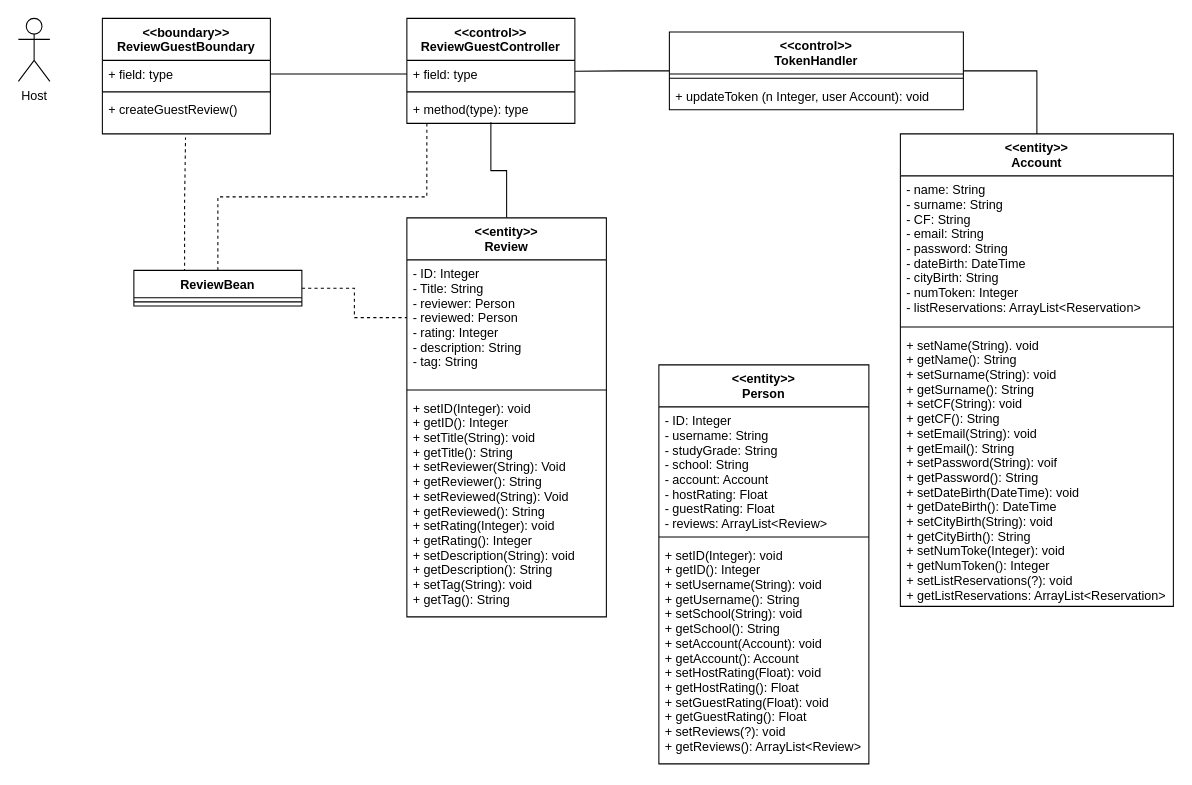
Earlier version of the draw.io diagram Docs/VoPC/VoPC ReviewGuest.drawio (nic-agos/DoveStudi). Source tidied: cells renumbered, new cells numbered last; positions are measured from the earlier drawing's top-left corner, leaving out a move shared by most shapes. Both pictures are drawn from the tidied source at 105%, with x=0, y=0 at pixel (18, 18).
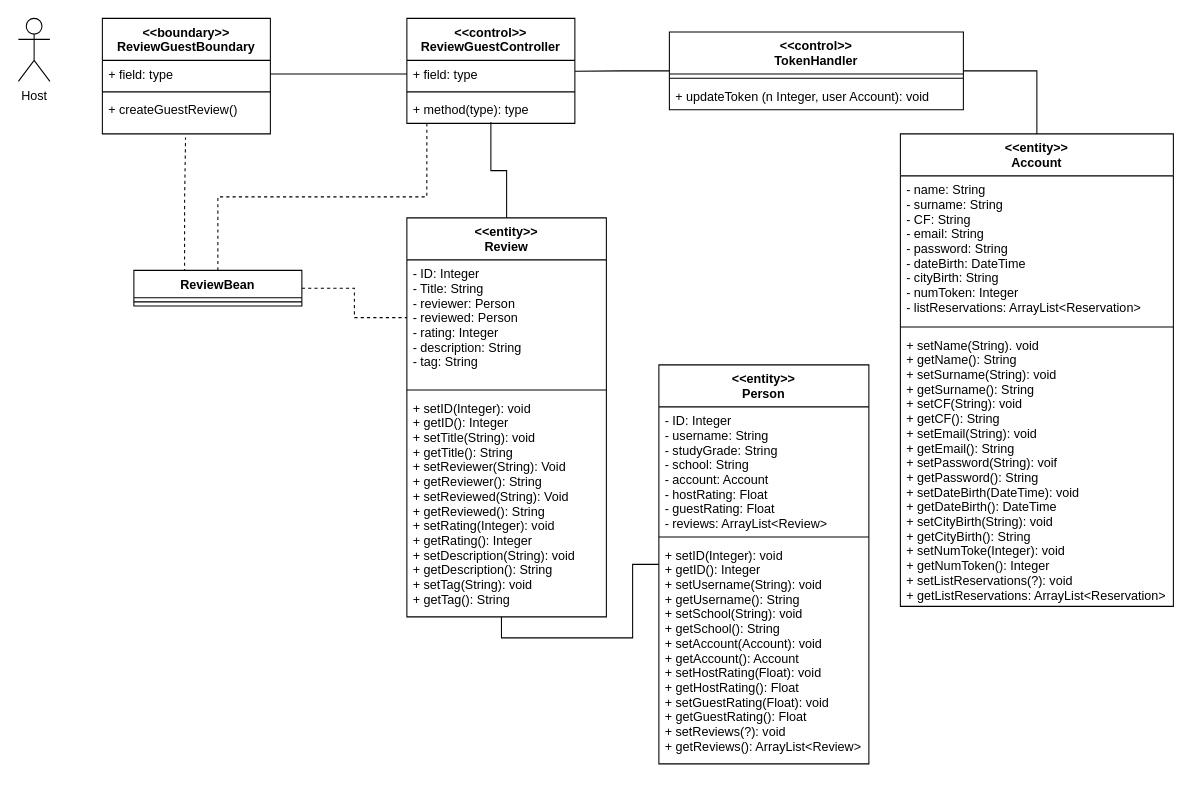
The same page after the edit.

The change refers to these unchanged cells:
```xml
<mxCell id="20" value="+ setID(Integer): void&#10;+ getID(): Integer&#10;+ setTitle(String): void&#10;+ getTitle(): String&#10;+ setReviewer(String): Void&#10;+ getReviewer(): String&#10;+ setReviewed(String): Void&#10;+ getReviewed(): String&#10;+ setRating(Integer): void&#10;+ getRating(): Integer&#10;+ setDescription(String): void&#10;+ getDescription(): String&#10;+ setTag(String): void&#10;+ getTag(): String " style="text;strokeColor=none;fillColor=none;align=left;verticalAlign=top;spacingLeft=4;spacingRight=4;overflow=hidden;points=[[0,0.5],[1,0.5]];portConstraint=eastwest;" parent="17" vertex="1">
  <mxGeometry y="168" width="190" height="212" as="geometry" />
</mxCell>
<mxCell id="22" value="&lt;&lt;entity&gt;&gt;&#10;Person" style="swimlane;fontStyle=1;align=center;verticalAlign=top;horizontal=1;startSize=40;" parent="1" vertex="1">
  <mxGeometry x="610" y="330" width="200" height="380" as="geometry" />
</mxCell>
```

Diff of the diagram source:
```diff
@@
+    <mxCell id="35" style="edgeStyle=orthogonalEdgeStyle;rounded=0;jettySize=auto;html=1;entryX=0.474;entryY=1;entryDx=0;entryDy=0;entryPerimeter=0;endArrow=none;endFill=0;" parent="1" edge="1" source="22" target="20">
+      <mxGeometry relative="1" as="geometry" />
+    </mxCell>
```
